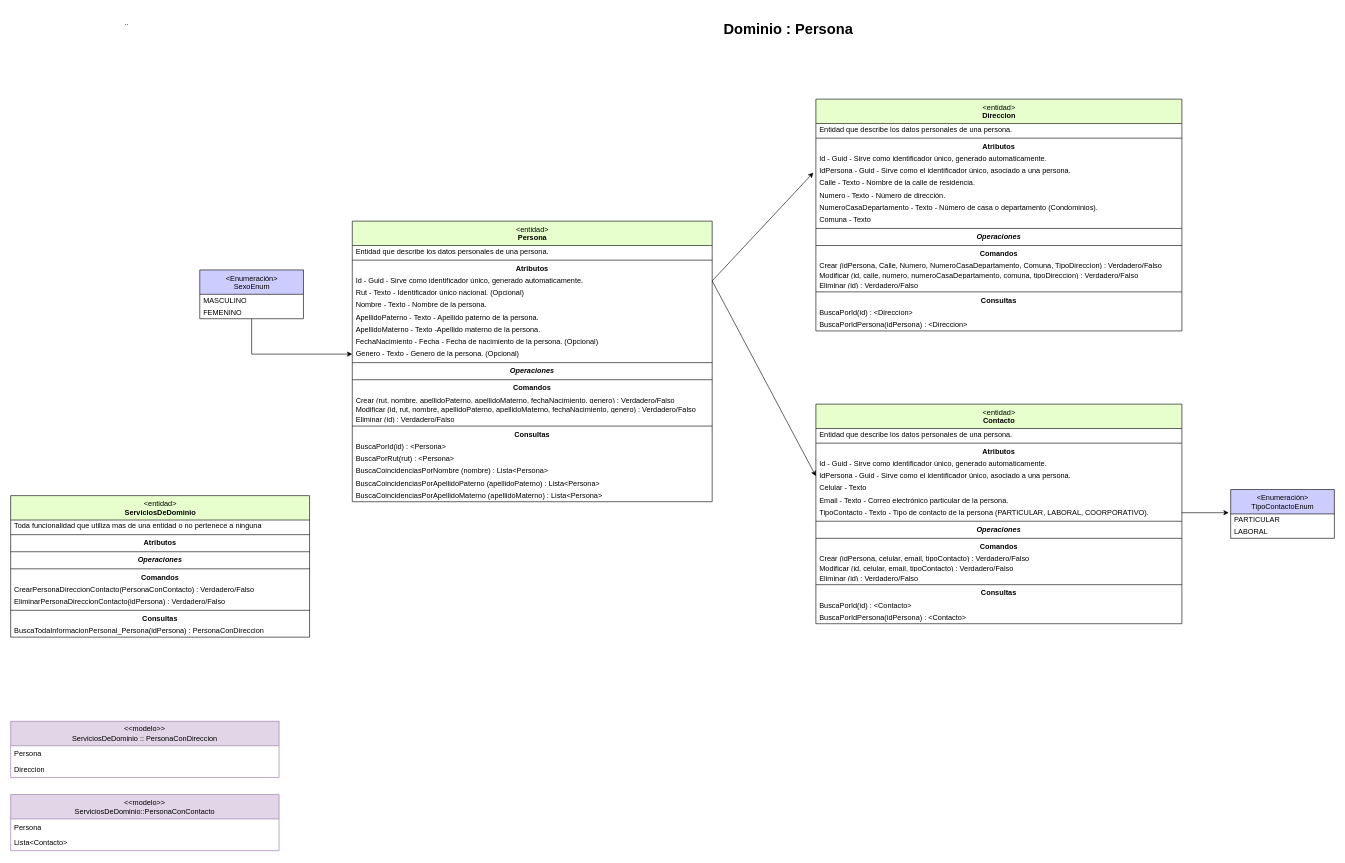
This is Documents/Domain Persona.drawio from Anibaliym/PersonasApi, a draw.io file, before an edit. Source tidied: cells renumbered, new cells numbered last; positions are measured from the earlier drawing's top-left corner, leaving out a move shared by most shapes. Both pictures are drawn from the tidied source at 61%, with x=0, y=0 at pixel (10, 13).
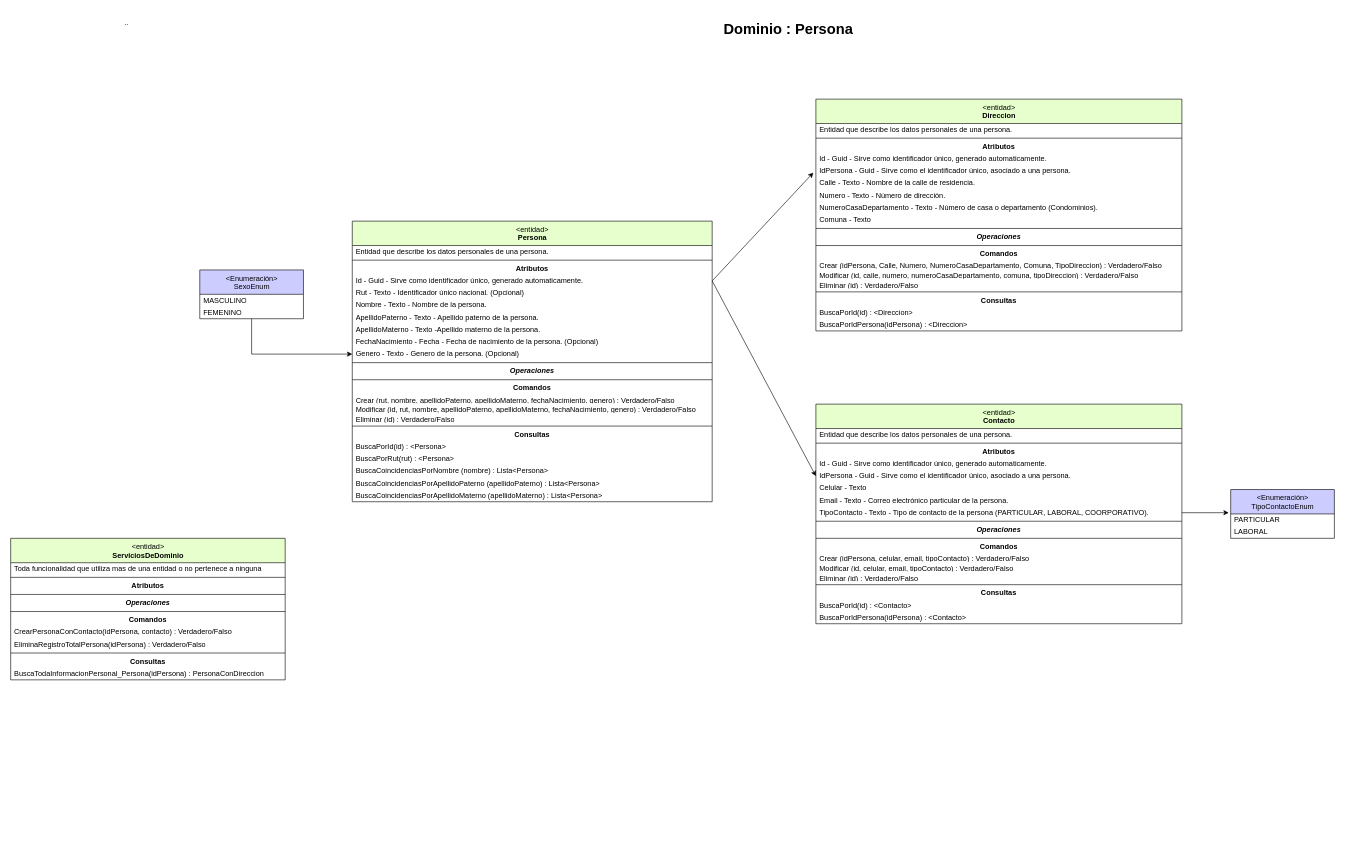
The same page after the edit.

Change to the diagram source:
```diff
@@
     <mxCell id="80" value="&amp;lt;entidad&amp;gt;&lt;br&gt;&lt;b&gt;ServiciosDeDominio&lt;/b&gt;" style="swimlane;fontStyle=0;align=center;verticalAlign=top;horizontal=1;startSize=40;html=1;fillColor=#E6FFCC;" parent="1" vertex="1">
-      <mxGeometry y="790" width="490" height="232" as="geometry" />
+      <mxGeometry y="860" width="450" height="232" as="geometry" />
     </mxCell>
     <mxCell id="81" value="Toda funcionalidad que utiliza mas de una entidad o no pertenece a ninguna" style="text;html=1;strokeColor=none;fillColor=none;align=left;verticalAlign=middle;spacingLeft=4;spacingRight=4;overflow=hidden;" parent="80" vertex="1">
-      <mxGeometry y="40" width="490" height="20" as="geometry" />
+      <mxGeometry y="40" width="450" height="20" as="geometry" />
     </mxCell>
-    <mxCell id="82" style="line;strokeWidth=1;fillColor=none;align=left;verticalAlign=middle;spacingTop=-1;spacingLeft=3;spacingRight=3;labelPosition=right;" parent="80" vertex="1">
-      <mxGeometry y="60" width="490" height="8" as="geometry" />
-    </mxCell>
+    <mxCell id="99" style="line;strokeWidth=1;fillColor=none;align=left;verticalAlign=middle;spacingTop=-1;spacingLeft=3;spacingRight=3;labelPosition=right;" parent="80" vertex="1">
+      <mxGeometry y="60" width="450" height="8" as="geometry" />
+    </mxCell>
     <mxCell id="83" value="&lt;b&gt;Atributos&lt;/b&gt;" style="text;html=1;strokeColor=none;fillColor=none;align=center;verticalAlign=middle;spacingLeft=4;spacingRight=4;overflow=hidden;" parent="80" vertex="1">
-      <mxGeometry y="68" width="490" height="20" as="geometry" />
+      <mxGeometry y="68" width="450" height="20" as="geometry" />
     </mxCell>
-    <mxCell id="84" style="line;strokeWidth=1;fillColor=none;align=left;verticalAlign=middle;spacingTop=-1;spacingLeft=3;spacingRight=3;labelPosition=right;" parent="80" vertex="1">
-      <mxGeometry y="88" width="490" height="8" as="geometry" />
-    </mxCell>
+    <mxCell id="100" style="line;strokeWidth=1;fillColor=none;align=left;verticalAlign=middle;spacingTop=-1;spacingLeft=3;spacingRight=3;labelPosition=right;" parent="80" vertex="1">
+      <mxGeometry y="88" width="450" height="8" as="geometry" />
+    </mxCell>
     <mxCell id="85" value="&lt;b&gt;&lt;i&gt;Operaciones&lt;/i&gt;&lt;/b&gt;" style="text;html=1;strokeColor=none;fillColor=none;align=center;verticalAlign=middle;spacingLeft=4;spacingRight=4;overflow=hidden;" parent="80" vertex="1">
-      <mxGeometry y="96" width="490" height="20" as="geometry" />
+      <mxGeometry y="96" width="450" height="20" as="geometry" />
     </mxCell>
-    <mxCell id="86" style="line;strokeWidth=1;fillColor=none;align=left;verticalAlign=middle;spacingTop=-1;spacingLeft=3;spacingRight=3;labelPosition=right;" parent="80" vertex="1">
-      <mxGeometry y="116" width="490" height="8" as="geometry" />
-    </mxCell>
+    <mxCell id="101" style="line;strokeWidth=1;fillColor=none;align=left;verticalAlign=middle;spacingTop=-1;spacingLeft=3;spacingRight=3;labelPosition=right;" parent="80" vertex="1">
+      <mxGeometry y="116" width="450" height="8" as="geometry" />
+    </mxCell>
     <mxCell id="87" value="&lt;b&gt;Comandos&lt;/b&gt;" style="text;html=1;strokeColor=none;fillColor=none;align=center;verticalAlign=middle;spacingLeft=4;spacingRight=4;overflow=hidden;" parent="80" vertex="1">
-      <mxGeometry y="124" width="490" height="20" as="geometry" />
+      <mxGeometry y="124" width="450" height="20" as="geometry" />
     </mxCell>
-    <mxCell id="88" value="CrearPersonaDireccionContacto(PersonaConContacto) : Verdadero/Falso" style="text;html=1;strokeColor=none;fillColor=none;align=left;verticalAlign=middle;spacingLeft=4;spacingRight=4;overflow=hidden;" parent="80" vertex="1">
-      <mxGeometry y="144" width="490" height="20" as="geometry" />
-    </mxCell>
-    <mxCell id="89" value="EliminarPersonaDireccionContacto(idPersona) : Verdadero/Falso" style="text;html=1;strokeColor=none;fillColor=none;align=left;verticalAlign=middle;spacingLeft=4;spacingRight=4;overflow=hidden;" parent="80" vertex="1">
-      <mxGeometry y="164" width="490" height="20" as="geometry" />
-    </mxCell>
-    <mxCell id="90" style="line;strokeWidth=1;fillColor=none;align=left;verticalAlign=middle;spacingTop=-1;spacingLeft=3;spacingRight=3;labelPosition=right;" parent="80" vertex="1">
-      <mxGeometry y="184" width="490" height="8" as="geometry" />
-    </mxCell>
+    <mxCell id="102" value="CrearPersonaConContacto(idPersona, contacto) : Verdadero/Falso&amp;nbsp;" style="text;html=1;strokeColor=none;fillColor=none;align=left;verticalAlign=middle;spacingLeft=4;spacingRight=4;overflow=hidden;" parent="80" vertex="1">
+      <mxGeometry y="144" width="450" height="20" as="geometry" />
+    </mxCell>
+    <mxCell id="103" value="EliminaRegistroTotalPersona(idPersona) : Verdadero/Falso" style="text;html=1;strokeColor=none;fillColor=none;align=left;verticalAlign=middle;spacingLeft=4;spacingRight=4;overflow=hidden;" parent="80" vertex="1">
+      <mxGeometry y="164" width="450" height="20" as="geometry" />
+    </mxCell>
+    <mxCell id="104" style="line;strokeWidth=1;fillColor=none;align=left;verticalAlign=middle;spacingTop=-1;spacingLeft=3;spacingRight=3;labelPosition=right;" parent="80" vertex="1">
+      <mxGeometry y="184" width="450" height="8" as="geometry" />
+    </mxCell>
     <mxCell id="91" value="&lt;b&gt;Consultas&lt;/b&gt;" style="text;html=1;strokeColor=none;fillColor=none;align=center;verticalAlign=middle;spacingLeft=4;spacingRight=4;overflow=hidden;" parent="80" vertex="1">
-      <mxGeometry y="192" width="490" height="20" as="geometry" />
+      <mxGeometry y="192" width="450" height="20" as="geometry" />
     </mxCell>
     <mxCell id="92" value="BuscaTodaInformacionPersonal_Persona(idPersona) : PersonaConDireccion" style="text;html=1;strokeColor=none;fillColor=none;align=left;verticalAlign=middle;spacingLeft=4;spacingRight=4;overflow=hidden;" parent="80" vertex="1">
-      <mxGeometry y="212" width="490" height="20" as="geometry" />
+      <mxGeometry y="212" width="450" height="20" as="geometry" />
     </mxCell>
-    <mxCell id="93" value="&amp;lt;&amp;lt;modelo&amp;gt;&amp;gt;&lt;br&gt;ServiciosDeDominio :: PersonaConDireccion" style="swimlane;fontStyle=0;horizontal=1;startSize=40;fillColor=#e1d5e7;whiteSpace=wrap;html=1;strokeColor=#9673a6;" parent="1" vertex="1">
-      <mxGeometry y="1160" width="440" height="92" as="geometry" />
-    </mxCell>
-    <mxCell id="94" value="Persona" style="text;strokeColor=none;fillColor=none;align=left;verticalAlign=top;spacingLeft=4;spacingRight=4;overflow=hidden;whiteSpace=wrap;html=1;" parent="93" vertex="1">
-      <mxGeometry y="40" width="440" height="26" as="geometry" />
-    </mxCell>
-    <mxCell id="95" value="Direccion" style="text;strokeColor=none;fillColor=none;align=left;verticalAlign=top;spacingLeft=4;spacingRight=4;overflow=hidden;whiteSpace=wrap;html=1;" parent="93" vertex="1">
-      <mxGeometry y="66" width="440" height="26" as="geometry" />
-    </mxCell>
-    <mxCell id="96" value="&amp;lt;&amp;lt;modelo&amp;gt;&amp;gt;&lt;br&gt;ServiciosDeDominio::PersonaConContacto" style="swimlane;fontStyle=0;horizontal=1;startSize=40;fillColor=#e1d5e7;whiteSpace=wrap;html=1;strokeColor=#9673a6;" parent="1" vertex="1">
-      <mxGeometry y="1280" width="440" height="92" as="geometry" />
-    </mxCell>
-    <mxCell id="97" value="Persona" style="text;strokeColor=none;fillColor=none;align=left;verticalAlign=top;spacingLeft=4;spacingRight=4;overflow=hidden;whiteSpace=wrap;html=1;" parent="96" vertex="1">
-      <mxGeometry y="40" width="440" height="26" as="geometry" />
-    </mxCell>
-    <mxCell id="98" value="Lista&amp;lt;Contacto&amp;gt;" style="text;strokeColor=none;fillColor=none;align=left;verticalAlign=top;spacingLeft=4;spacingRight=4;overflow=hidden;whiteSpace=wrap;html=1;" parent="96" vertex="1">
-      <mxGeometry y="66" width="440" height="26" as="geometry" />
-    </mxCell>
```
